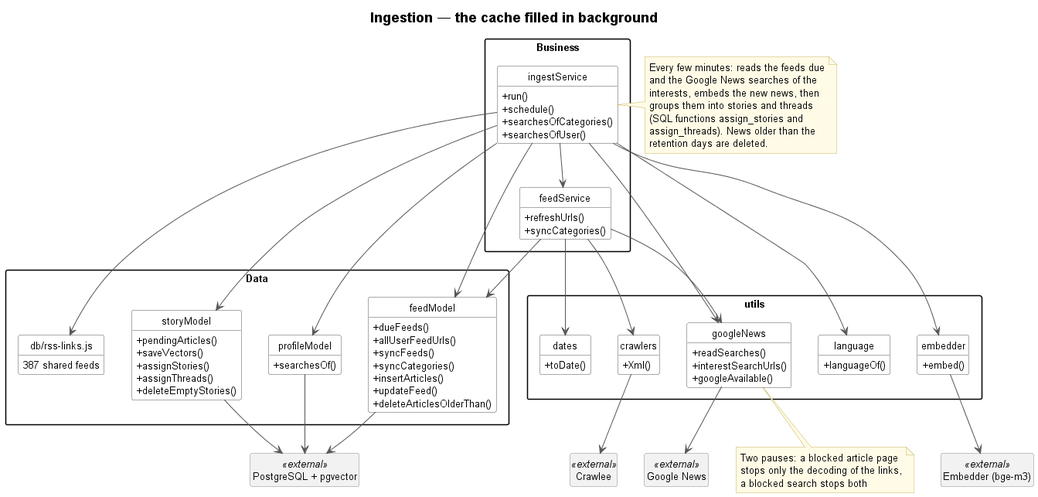
TPI2026-NewsGenerator/NewsGenerator-Backend keeps this PlantUML diagram as docs/UML/sprint4/04-ingestion.png. Above is the earlier version.
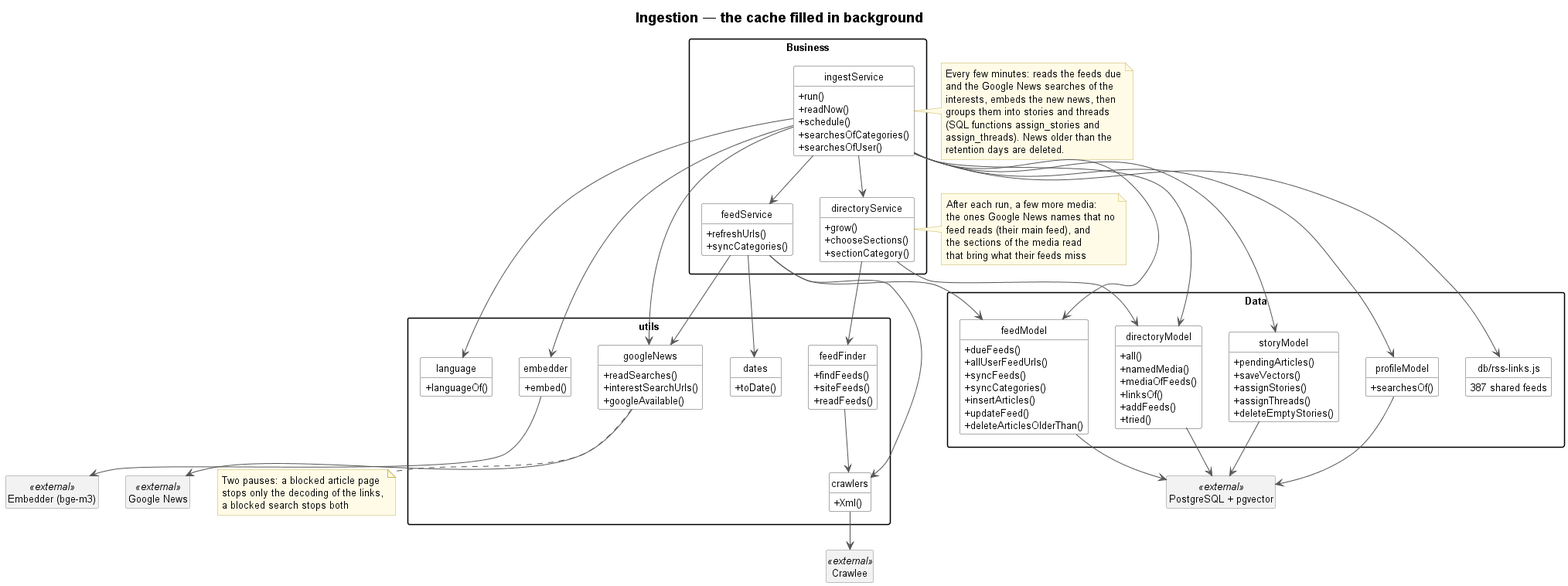
After the commit.

Change to the diagram source:
```diff
@@ -5,9 +5,15 @@
 package "Business" {
     class ingestService {
         + run()
+        + readNow()
         + schedule()
         + searchesOfCategories()
         + searchesOfUser()
+    }
+    class directoryService {
+        + grow()
+        + chooseSections()
+        + sectionCategory()
     }
     class feedService {
         + refreshUrls()
@@ -22,6 +28,13 @@
     (SQL functions assign_stories and
     assign_threads). News older than the
     retention days are deleted.
+end note
+note left of directoryService
+    After each run, a few more media:
+    the ones Google News names that no
+    feed reads (their main feed), and
+    the sections of the media read
+    that bring what their feeds miss
 end note
 package "Data" {
     class "db/rss-links.js" as rssLinks {
@@ -46,6 +59,14 @@
     class profileModel {
         + searchesOf()
     }
+    class directoryModel {
+        + all()
+        + namedMedia()
+        + mediaOfFeeds()
+        + linksOf()
+        + addFeeds()
+        + tried()
+    }
 }
 package "utils" {
     class googleNews {
@@ -64,6 +85,11 @@
     }
     class dates {
         + toDate()
+    }
+    class feedFinder {
+        + findFeeds()
+        + siteFeeds()
+        + readFeeds()
     }
 }
 note bottom of googleNews
@@ -84,6 +110,12 @@
 ingestService --> googleNews
 ingestService --> embedder
 ingestService --> language
+ingestService --> directoryModel
+ingestService --> directoryService
+directoryService --> directoryModel
+directoryService --> feedFinder
+feedFinder --> crawlers
+directoryModel --> PostgreSQL
 feedService --> feedModel
 feedService --> crawlers
 feedService --> googleNews
```
